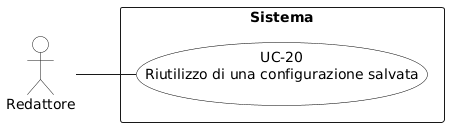
Earlier version of the PlantUML export RTB/Analisi dei Requisiti/diagrammi_use_case/UC-20.png (aLittleByte-19/Documentazione).
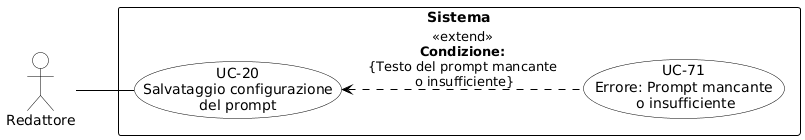
Above is the later version.

Change to the diagram source:
```diff
@@ -1,20 +1,32 @@
 @startuml
+skinparam shadowing false
+skinparam defaultFontName Arial
 left to right direction
-skinparam packageStyle rectangle
-
-skinparam actorBackgroundColor #FFFFFF
-skinparam rectangleBackgroundColor #FFFFFF
+skinparam nodesep 15
+skinparam ranksep 50
 
 skinparam usecase {
-  BackgroundColor #FFFFFF
-  BorderColor #000000
+    BackgroundColor white
+    BorderColor black
+    ArrowColor black
+}
+skinparam actor {
+    BackgroundColor white
+    BorderColor black
+}
+skinparam rectangle {
+    BorderColor black
+    FontStyle bold
 }
 
-actor Redattore
+actor "Redattore" as redattore
 
 rectangle "Sistema" {
-  usecase "UC-20\nRiutilizzo di una configurazione salvata" as UC20
+    usecase "UC-20\nSalvataggio configurazione\ndel prompt" as UC20
+    usecase "UC-71\nErrore: Prompt mancante\n o insufficiente" as UC71
+
+    UC71 .up.> UC20 : «extend»\n<b>Condizione:</b>\n{Testo del prompt mancante\n o insufficiente}
 }
 
-Redattore -- UC20
+redattore -- UC20
 @enduml
```
